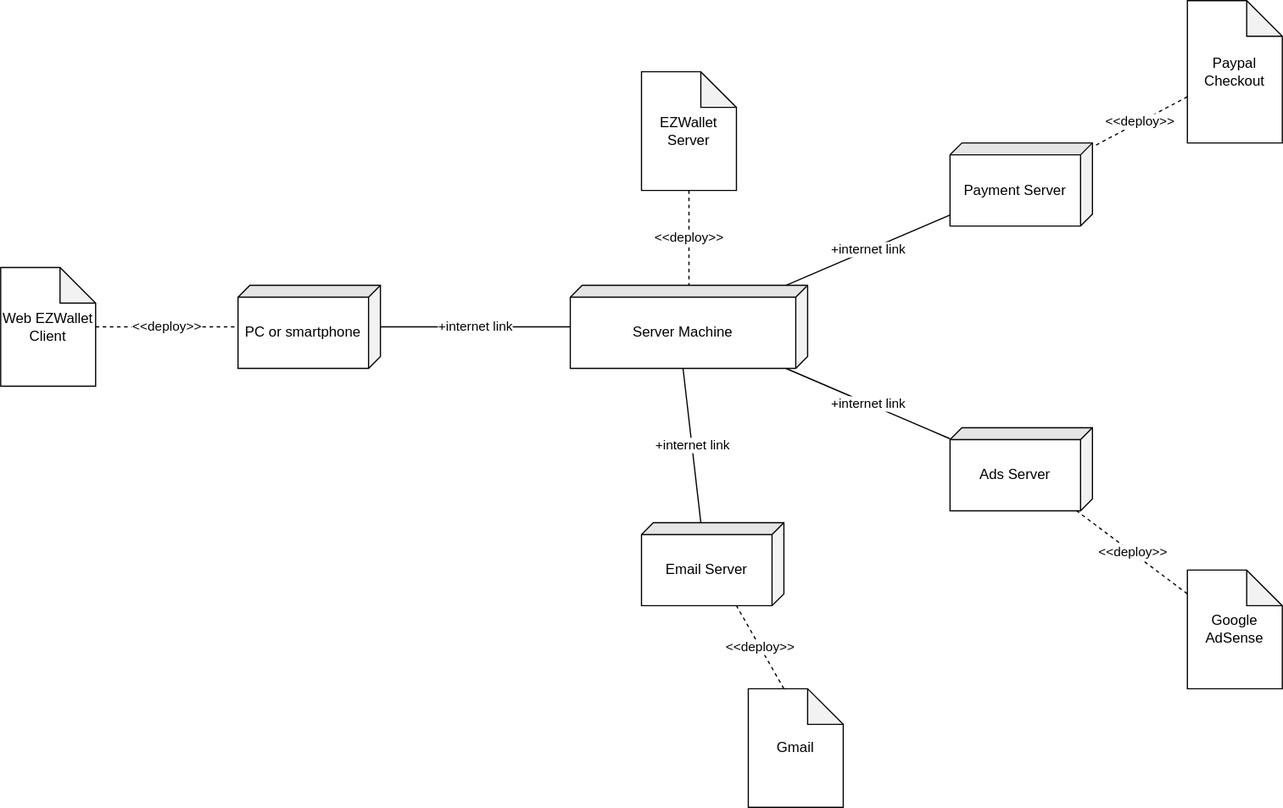
Before: diagrams/DeploymentDiagramV2.svg, a diagram exported from draw.io (pucciorenzo/softengTesting). Source tidied: cells renumbered, new cells last; positions are measured from the earlier drawing's top-left corner, leaving out a move shared by most shapes. The source it was exported from:
```xml
<mxGraphModel>
  <root>
    <mxCell id="0" style="html=1;" />
    <mxCell id="1" style="html=1;" parent="0" />
    <mxCell id="2" value="PC or smartphone" style="shape=cube;whiteSpace=wrap;html=1;boundedLbl=1;backgroundOutline=1;darkOpacity=0.05;darkOpacity2=0.1;direction=south;size=10;" parent="1" vertex="1">
      <mxGeometry x="200" y="240" width="120" height="70" as="geometry" />
    </mxCell>
    <mxCell id="3" value="&amp;lt;&amp;lt;deploy&amp;gt;&amp;gt;" style="endArrow=none;dashed=1;html=1;rounded=0;" parent="1" edge="1" source="4" target="2">
      <mxGeometry relative="1" as="geometry" />
    </mxCell>
    <mxCell id="4" value="Web EZWallet Client" style="shape=note;whiteSpace=wrap;html=1;backgroundOutline=1;darkOpacity=0.05;" parent="1" vertex="1">
      <mxGeometry y="225" width="80" height="100" as="geometry" />
    </mxCell>
    <mxCell id="5" value="+internet link" style="endArrow=none;html=1;rounded=0;" parent="1" edge="1" source="2" target="6">
      <mxGeometry relative="1" as="geometry" />
    </mxCell>
    <mxCell id="6" value="Server Machine" style="shape=cube;whiteSpace=wrap;html=1;boundedLbl=1;backgroundOutline=1;darkOpacity=0.05;darkOpacity2=0.1;direction=south;size=10;" parent="1" vertex="1">
      <mxGeometry x="480" y="240" width="200" height="70" as="geometry" />
    </mxCell>
    <mxCell id="7" value="&amp;lt;&amp;lt;deploy&amp;gt;&amp;gt;" style="endArrow=none;dashed=1;html=1;rounded=0;" parent="1" edge="1" source="8" target="6">
      <mxGeometry relative="1" as="geometry" />
    </mxCell>
    <mxCell id="8" value="EZWallet Server" style="shape=note;whiteSpace=wrap;html=1;backgroundOutline=1;darkOpacity=0.05;" parent="1" vertex="1">
      <mxGeometry x="540" y="60" width="80" height="100" as="geometry" />
    </mxCell>
    <mxCell id="9" value="Ads Server" style="shape=cube;whiteSpace=wrap;html=1;boundedLbl=1;backgroundOutline=1;darkOpacity=0.05;darkOpacity2=0.1;direction=south;size=10;" parent="1" vertex="1">
      <mxGeometry x="800" y="360" width="120" height="70" as="geometry" />
    </mxCell>
    <mxCell id="10" value="+internet link" style="endArrow=none;html=1;rounded=0;" parent="1" edge="1" source="9" target="6">
      <mxGeometry relative="1" as="geometry" />
    </mxCell>
    <mxCell id="11" value="Payment Server" style="shape=cube;whiteSpace=wrap;html=1;boundedLbl=1;backgroundOutline=1;darkOpacity=0.05;darkOpacity2=0.1;direction=south;size=10;" parent="1" vertex="1">
      <mxGeometry x="800" y="120" width="120" height="70" as="geometry" />
    </mxCell>
    <mxCell id="12" value="+internet link" style="endArrow=none;html=1;rounded=0;" parent="1" edge="1" source="11" target="6">
      <mxGeometry relative="1" as="geometry" />
    </mxCell>
    <mxCell id="13" value="Paypal Checkout" style="shape=note;whiteSpace=wrap;html=1;backgroundOutline=1;darkOpacity=0.05;" parent="1" vertex="1">
      <mxGeometry x="1000" width="80" height="120" as="geometry" />
    </mxCell>
    <mxCell id="14" value="&amp;lt;&amp;lt;deploy&amp;gt;&amp;gt;" style="endArrow=none;dashed=1;html=1;rounded=0;" parent="1" edge="1" source="13" target="11">
      <mxGeometry relative="1" as="geometry" />
    </mxCell>
    <mxCell id="15" value="Google AdSense" style="shape=note;whiteSpace=wrap;html=1;backgroundOutline=1;darkOpacity=0.05;" parent="1" vertex="1">
      <mxGeometry x="1000" y="480" width="80" height="100" as="geometry" />
    </mxCell>
    <mxCell id="16" value="&amp;lt;&amp;lt;deploy&amp;gt;&amp;gt;" style="endArrow=none;dashed=1;html=1;rounded=0;" parent="1" edge="1" source="15" target="9">
      <mxGeometry relative="1" as="geometry" />
    </mxCell>
    <mxCell id="17" value="+internet link" style="endArrow=none;html=1;rounded=0;entryX=0;entryY=0;entryDx=70;entryDy=105;entryPerimeter=0;" parent="1" edge="1" target="6">
      <mxGeometry relative="1" as="geometry">
        <mxPoint x="590" y="440" as="sourcePoint" />
      </mxGeometry>
    </mxCell>
    <mxCell id="18" value="&lt;div&gt;Email Server&lt;/div&gt;" style="shape=cube;whiteSpace=wrap;html=1;boundedLbl=1;backgroundOutline=1;darkOpacity=0.05;darkOpacity2=0.1;direction=south;size=10;" parent="1" vertex="1">
      <mxGeometry x="540" y="440" width="120" height="70" as="geometry" />
    </mxCell>
    <mxCell id="19" value="&amp;lt;&amp;lt;deploy&amp;gt;&amp;gt;" style="endArrow=none;dashed=1;html=1;rounded=0;" parent="1" edge="1" target="18">
      <mxGeometry relative="1" as="geometry">
        <mxPoint x="660" y="580" as="sourcePoint" />
      </mxGeometry>
    </mxCell>
    <mxCell id="20" value="&lt;div&gt;Gmail&lt;/div&gt;" style="shape=note;whiteSpace=wrap;html=1;backgroundOutline=1;darkOpacity=0.05;" parent="1" vertex="1">
      <mxGeometry x="630" y="580" width="80" height="100" as="geometry" />
    </mxCell>
  </root>
</mxGraphModel>
```
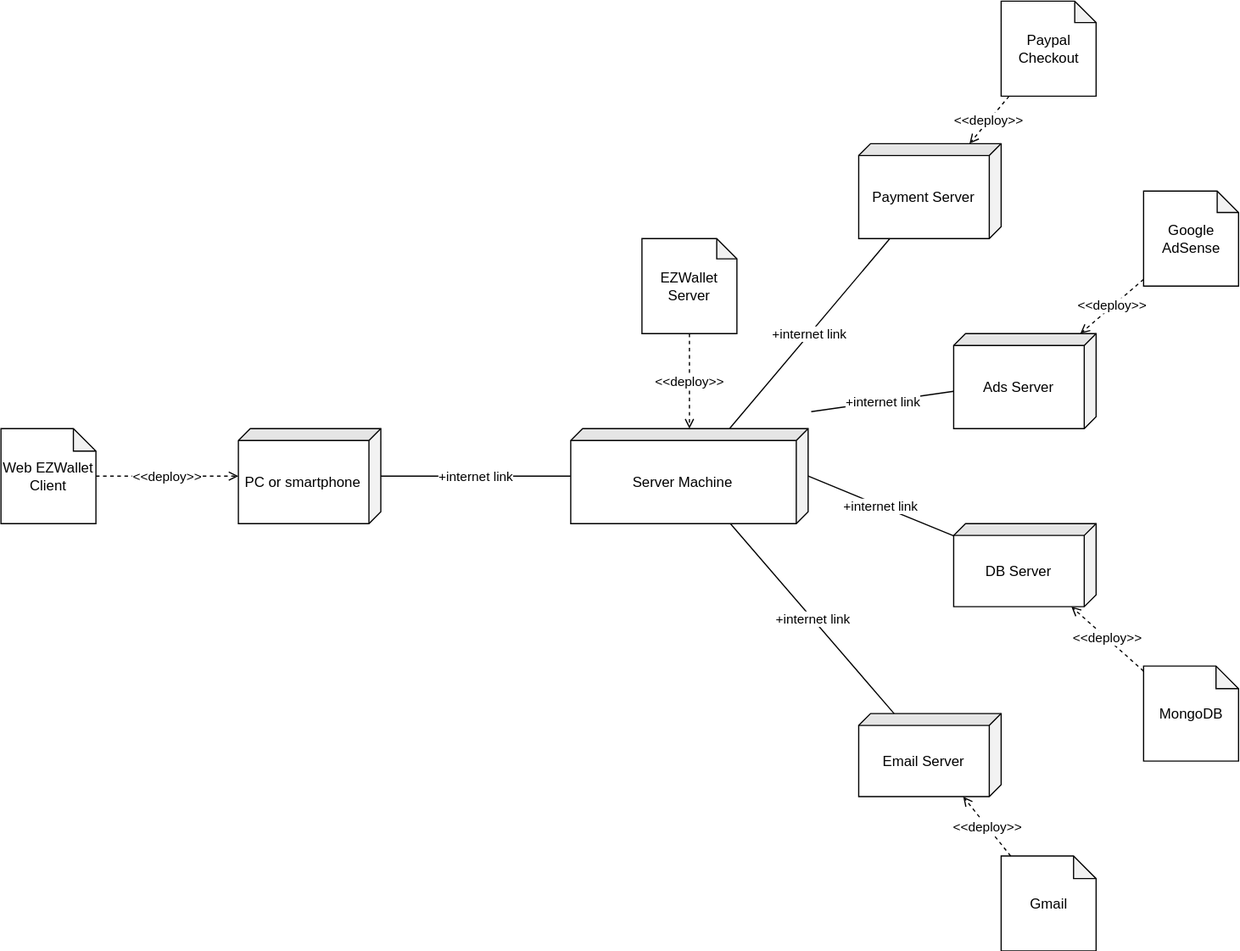
After the commit.

Change to the diagram source:
```diff
@@ -3,65 +3,77 @@
     <mxCell id="0" style="html=1;" />
     <mxCell id="1" style="html=1;" parent="0" />
     <mxCell id="2" value="PC or smartphone" style="shape=cube;whiteSpace=wrap;html=1;boundedLbl=1;backgroundOutline=1;darkOpacity=0.05;darkOpacity2=0.1;direction=south;size=10;" parent="1" vertex="1">
-      <mxGeometry x="200" y="240" width="120" height="70" as="geometry" />
+      <mxGeometry x="200" y="240" width="120" height="80" as="geometry" />
     </mxCell>
-    <mxCell id="3" value="&amp;lt;&amp;lt;deploy&amp;gt;&amp;gt;" style="endArrow=none;dashed=1;html=1;rounded=0;" parent="1" edge="1" source="4" target="2">
+    <mxCell id="3" value="&amp;lt;&amp;lt;deploy&amp;gt;&amp;gt;" style="endArrow=open;dashed=1;html=1;rounded=0;endFill=0;" parent="1" edge="1" source="4" target="2">
       <mxGeometry relative="1" as="geometry" />
     </mxCell>
-    <mxCell id="4" value="Web EZWallet Client" style="shape=note;whiteSpace=wrap;html=1;backgroundOutline=1;darkOpacity=0.05;" parent="1" vertex="1">
-      <mxGeometry y="225" width="80" height="100" as="geometry" />
+    <mxCell id="4" value="Web EZWallet Client" style="shape=note;whiteSpace=wrap;html=1;backgroundOutline=1;darkOpacity=0.05;size=19;" parent="1" vertex="1">
+      <mxGeometry y="240" width="80" height="80" as="geometry" />
     </mxCell>
     <mxCell id="5" value="+internet link" style="endArrow=none;html=1;rounded=0;" parent="1" edge="1" source="2" target="6">
       <mxGeometry relative="1" as="geometry" />
     </mxCell>
     <mxCell id="6" value="Server Machine" style="shape=cube;whiteSpace=wrap;html=1;boundedLbl=1;backgroundOutline=1;darkOpacity=0.05;darkOpacity2=0.1;direction=south;size=10;" parent="1" vertex="1">
-      <mxGeometry x="480" y="240" width="200" height="70" as="geometry" />
+      <mxGeometry x="480" y="240" width="200" height="80" as="geometry" />
     </mxCell>
-    <mxCell id="7" value="&amp;lt;&amp;lt;deploy&amp;gt;&amp;gt;" style="endArrow=none;dashed=1;html=1;rounded=0;" parent="1" edge="1" source="8" target="6">
+    <mxCell id="7" value="&amp;lt;&amp;lt;deploy&amp;gt;&amp;gt;" style="endArrow=open;dashed=1;html=1;rounded=0;endFill=0;" parent="1" edge="1" source="8" target="6">
       <mxGeometry relative="1" as="geometry" />
     </mxCell>
-    <mxCell id="8" value="EZWallet Server" style="shape=note;whiteSpace=wrap;html=1;backgroundOutline=1;darkOpacity=0.05;" parent="1" vertex="1">
-      <mxGeometry x="540" y="60" width="80" height="100" as="geometry" />
+    <mxCell id="8" value="EZWallet Server" style="shape=note;whiteSpace=wrap;html=1;backgroundOutline=1;darkOpacity=0.05;size=17;" parent="1" vertex="1">
+      <mxGeometry x="540" y="80" width="80" height="80" as="geometry" />
     </mxCell>
     <mxCell id="9" value="Ads Server" style="shape=cube;whiteSpace=wrap;html=1;boundedLbl=1;backgroundOutline=1;darkOpacity=0.05;darkOpacity2=0.1;direction=south;size=10;" parent="1" vertex="1">
-      <mxGeometry x="800" y="360" width="120" height="70" as="geometry" />
+      <mxGeometry x="802.6" y="160" width="120" height="80" as="geometry" />
     </mxCell>
-    <mxCell id="10" value="+internet link" style="endArrow=none;html=1;rounded=0;" parent="1" edge="1" source="9" target="6">
-      <mxGeometry relative="1" as="geometry" />
+    <mxCell id="10" value="+internet link" style="endArrow=none;html=1;rounded=0;" parent="1" edge="1" source="9">
+      <mxGeometry relative="1" as="geometry">
+        <mxPoint x="682.6" y="225.7" as="targetPoint" />
+      </mxGeometry>
     </mxCell>
     <mxCell id="11" value="Payment Server" style="shape=cube;whiteSpace=wrap;html=1;boundedLbl=1;backgroundOutline=1;darkOpacity=0.05;darkOpacity2=0.1;direction=south;size=10;" parent="1" vertex="1">
-      <mxGeometry x="800" y="120" width="120" height="70" as="geometry" />
+      <mxGeometry x="722.6" width="120" height="80" as="geometry" />
     </mxCell>
     <mxCell id="12" value="+internet link" style="endArrow=none;html=1;rounded=0;" parent="1" edge="1" source="11" target="6">
       <mxGeometry relative="1" as="geometry" />
     </mxCell>
-    <mxCell id="13" value="Paypal Checkout" style="shape=note;whiteSpace=wrap;html=1;backgroundOutline=1;darkOpacity=0.05;" parent="1" vertex="1">
-      <mxGeometry x="1000" width="80" height="120" as="geometry" />
+    <mxCell id="13" value="Paypal Checkout" style="shape=note;whiteSpace=wrap;html=1;backgroundOutline=1;darkOpacity=0.05;size=18;" parent="1" vertex="1">
+      <mxGeometry x="842.6" y="-120" width="80" height="80" as="geometry" />
     </mxCell>
-    <mxCell id="14" value="&amp;lt;&amp;lt;deploy&amp;gt;&amp;gt;" style="endArrow=none;dashed=1;html=1;rounded=0;" parent="1" edge="1" source="13" target="11">
+    <mxCell id="14" value="&amp;lt;&amp;lt;deploy&amp;gt;&amp;gt;" style="endArrow=open;dashed=1;html=1;rounded=0;endFill=0;" parent="1" edge="1" source="13" target="11">
       <mxGeometry relative="1" as="geometry" />
     </mxCell>
-    <mxCell id="15" value="Google AdSense" style="shape=note;whiteSpace=wrap;html=1;backgroundOutline=1;darkOpacity=0.05;" parent="1" vertex="1">
-      <mxGeometry x="1000" y="480" width="80" height="100" as="geometry" />
+    <mxCell id="15" value="Google AdSense" style="shape=note;whiteSpace=wrap;html=1;backgroundOutline=1;darkOpacity=0.05;size=18;" parent="1" vertex="1">
+      <mxGeometry x="962.6" y="40" width="80" height="80" as="geometry" />
     </mxCell>
-    <mxCell id="16" value="&amp;lt;&amp;lt;deploy&amp;gt;&amp;gt;" style="endArrow=none;dashed=1;html=1;rounded=0;" parent="1" edge="1" source="15" target="9">
+    <mxCell id="16" value="&amp;lt;&amp;lt;deploy&amp;gt;&amp;gt;" style="endArrow=open;dashed=1;html=1;rounded=0;endFill=0;" parent="1" edge="1" source="15" target="9">
       <mxGeometry relative="1" as="geometry" />
     </mxCell>
-    <mxCell id="17" value="+internet link" style="endArrow=none;html=1;rounded=0;entryX=0;entryY=0;entryDx=70;entryDy=105;entryPerimeter=0;" parent="1" edge="1" target="6">
-      <mxGeometry relative="1" as="geometry">
-        <mxPoint x="590" y="440" as="sourcePoint" />
-      </mxGeometry>
-    </mxCell>
+    <mxCell id="21" value="DB Server" style="shape=cube;whiteSpace=wrap;html=1;boundedLbl=1;backgroundOutline=1;darkOpacity=0.05;darkOpacity2=0.1;direction=south;size=10;" parent="1" vertex="1">
+      <mxGeometry x="802.6" y="320" width="120" height="70" as="geometry" />
+    </mxCell>
+    <mxCell id="22" value="MongoDB" style="shape=note;whiteSpace=wrap;html=1;backgroundOutline=1;darkOpacity=0.05;size=19;" parent="1" vertex="1">
+      <mxGeometry x="962.6" y="440" width="80" height="80" as="geometry" />
+    </mxCell>
+    <mxCell id="23" value="&amp;lt;&amp;lt;deploy&amp;gt;&amp;gt;" style="endArrow=open;dashed=1;html=1;rounded=0;endFill=0;" parent="1" edge="1" source="22" target="21">
+      <mxGeometry relative="1" as="geometry" />
+    </mxCell>
+    <mxCell id="24" value="+internet link" style="endArrow=none;html=1;rounded=0;" parent="1" edge="1" source="21">
+      <mxGeometry relative="1" as="geometry">
+        <mxPoint x="680" y="280" as="targetPoint" />
+      </mxGeometry>
+    </mxCell>
-    <mxCell id="18" value="&lt;div&gt;Email Server&lt;/div&gt;" style="shape=cube;whiteSpace=wrap;html=1;boundedLbl=1;backgroundOutline=1;darkOpacity=0.05;darkOpacity2=0.1;direction=south;size=10;" parent="1" vertex="1">
-      <mxGeometry x="540" y="440" width="120" height="70" as="geometry" />
+    <mxCell id="18" value="Email Server" style="shape=cube;whiteSpace=wrap;html=1;boundedLbl=1;backgroundOutline=1;darkOpacity=0.05;darkOpacity2=0.1;direction=south;size=10;" parent="1" vertex="1">
+      <mxGeometry x="722.6" y="480" width="120" height="70" as="geometry" />
     </mxCell>
-    <mxCell id="19" value="&amp;lt;&amp;lt;deploy&amp;gt;&amp;gt;" style="endArrow=none;dashed=1;html=1;rounded=0;" parent="1" edge="1" target="18">
-      <mxGeometry relative="1" as="geometry">
-        <mxPoint x="660" y="580" as="sourcePoint" />
-      </mxGeometry>
-    </mxCell>
-    <mxCell id="20" value="&lt;div&gt;Gmail&lt;/div&gt;" style="shape=note;whiteSpace=wrap;html=1;backgroundOutline=1;darkOpacity=0.05;" parent="1" vertex="1">
-      <mxGeometry x="630" y="580" width="80" height="100" as="geometry" />
+    <mxCell id="20" value="Gmail" style="shape=note;whiteSpace=wrap;html=1;backgroundOutline=1;darkOpacity=0.05;size=19;" parent="1" vertex="1">
+      <mxGeometry x="842.6" y="600" width="80" height="80" as="geometry" />
     </mxCell>
+    <mxCell id="25" value="&amp;lt;&amp;lt;deploy&amp;gt;&amp;gt;" style="endArrow=open;dashed=1;html=1;rounded=0;endFill=0;" parent="1" edge="1" source="20" target="18">
+      <mxGeometry relative="1" as="geometry" />
+    </mxCell>
+    <mxCell id="26" value="+internet link" style="endArrow=none;html=1;rounded=0;" parent="1" edge="1" source="18" target="6">
+      <mxGeometry relative="1" as="geometry" />
+    </mxCell>
   </root>
 </mxGraphModel>
```
